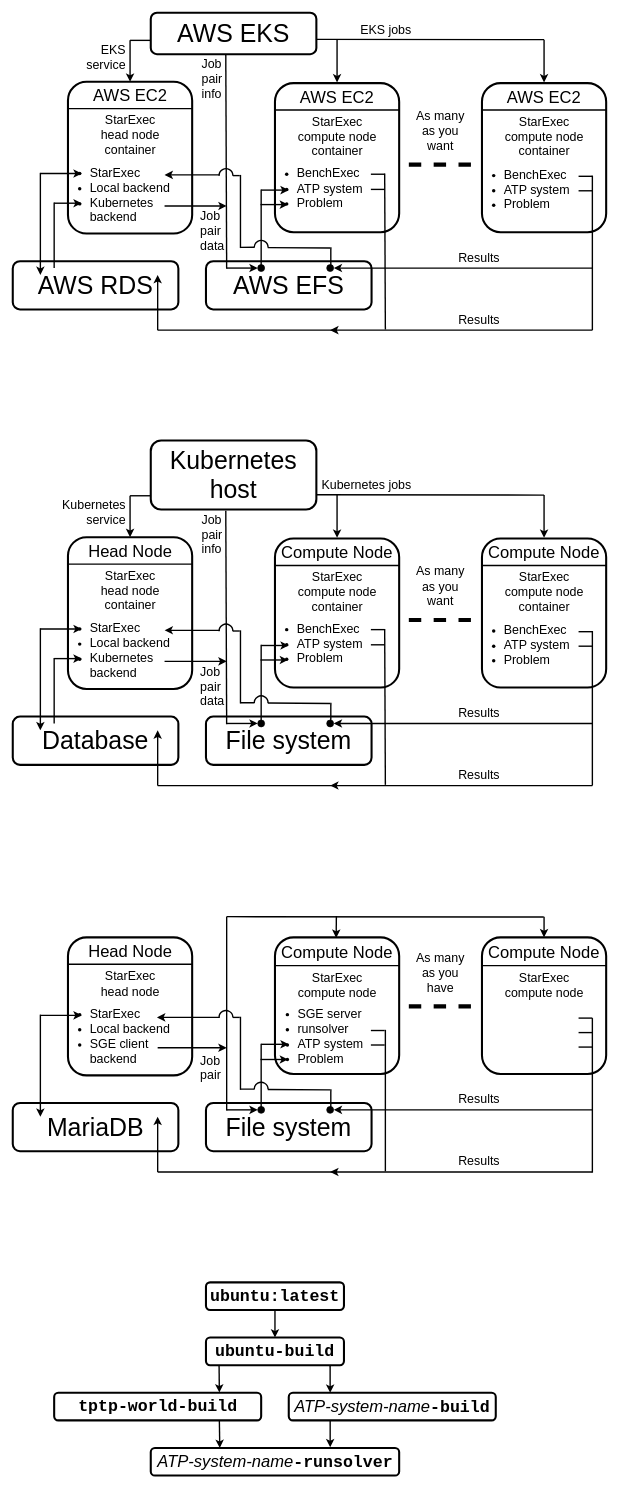
The draw.io diagram Architecture.drawio in GeoffsPapers/StarExecAWS, before the edit. Source tidied: cells renumbered, new cells numbered last; positions are measured from the earlier drawing's top-left corner, leaving out a move shared by most shapes. Both pictures are drawn from the tidied source at 69%, with x=0, y=0 at pixel (12, 12).
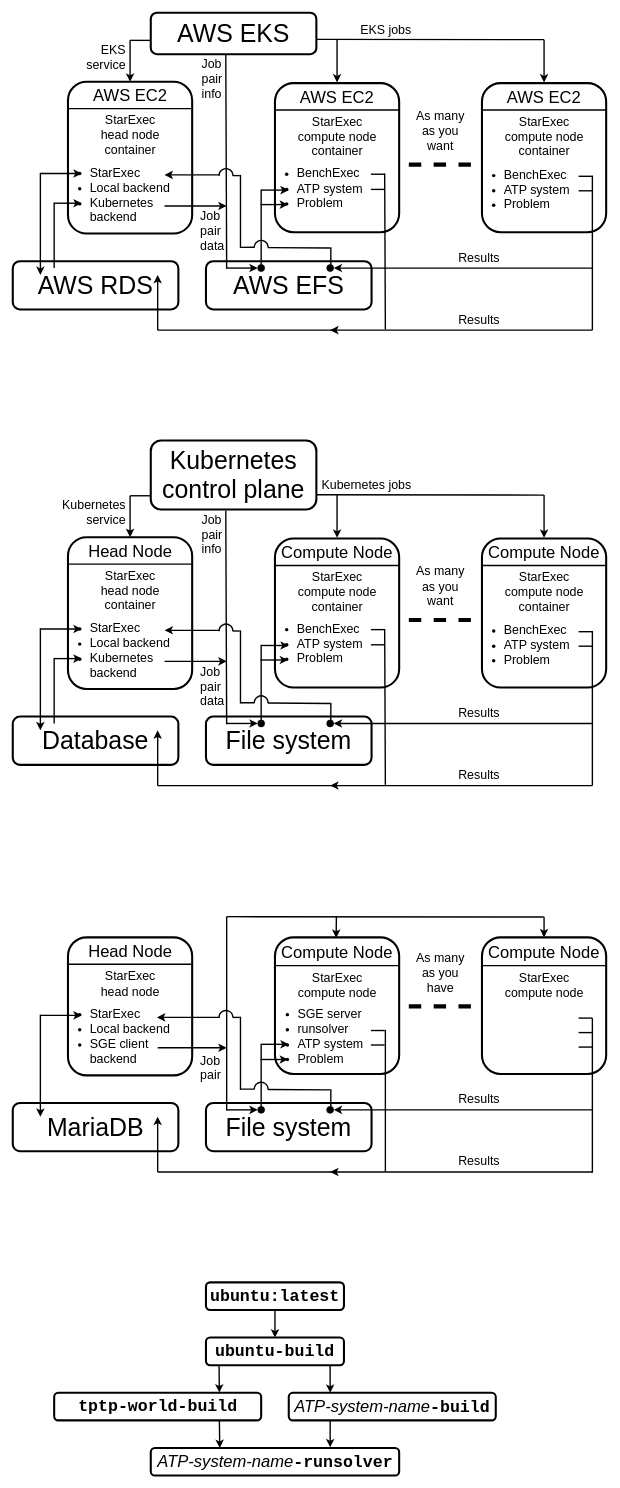
The same page after the edit.

The change refers to these unchanged cells:
```xml
<mxCell id="51" style="group;" parent="1" vertex="1">
  <mxGeometry x="200" y="620" width="240" height="100" as="geometry" />
</mxCell>
```

What changed in the source:
```diff
@@
-    <mxCell id="53" value="&lt;p style=&quot;margin: 0px; font-variant-numeric: normal; font-variant-east-asian: normal; font-variant-alternates: normal; font-kerning: auto; font-optical-sizing: auto; font-feature-settings: normal; font-variation-settings: normal; font-variant-position: normal; font-stretch: normal; font-size: 36px; line-height: normal; text-align: start;&quot; class=&quot;p1&quot;&gt;Kubernetes&lt;/p&gt;&lt;p style=&quot;margin: 0px; font-variant-numeric: normal; font-variant-east-asian: normal; font-variant-alternates: normal; font-kerning: auto; font-optical-sizing: auto; font-feature-settings: normal; font-variation-settings: normal; font-variant-position: normal; font-stretch: normal; font-size: 36px; line-height: normal;&quot; class=&quot;p1&quot;&gt;host&lt;/p&gt;" style="text;strokeColor=none;align=center;fillColor=none;html=1;verticalAlign=middle;whiteSpace=wrap;rounded=0;" parent="51" vertex="1">
+    <mxCell id="53" value="&lt;p style=&quot;margin: 0px; font-variant-numeric: normal; font-variant-east-asian: normal; font-variant-alternates: normal; font-kerning: auto; font-optical-sizing: auto; font-feature-settings: normal; font-variation-settings: normal; font-variant-position: normal; font-stretch: normal; font-size: 36px; line-height: normal;&quot; class=&quot;p1&quot;&gt;Kubernetes&lt;/p&gt;&lt;p style=&quot;margin: 0px; font-variant-numeric: normal; font-variant-east-asian: normal; font-variant-alternates: normal; font-kerning: auto; font-optical-sizing: auto; font-feature-settings: normal; font-variation-settings: normal; font-variant-position: normal; font-stretch: normal; font-size: 36px; line-height: normal;&quot; class=&quot;p1&quot;&gt;control plane&lt;/p&gt;" style="text;strokeColor=none;align=center;fillColor=none;html=1;verticalAlign=middle;whiteSpace=wrap;rounded=0;" parent="51" vertex="1">
       <mxGeometry x="5" y="5" width="230" height="90" as="geometry" />
     </mxCell>
```
